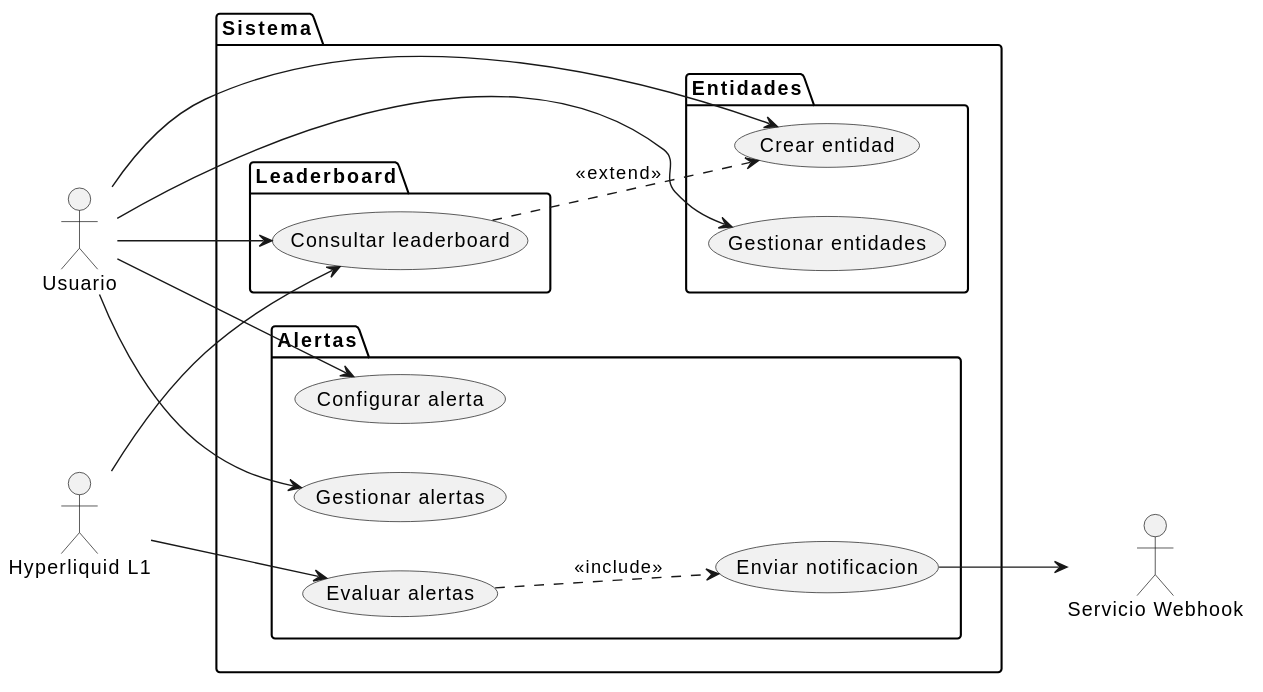
Above: imagenes/capitulo2/estructuraCdU.svg in nekiiiiis/tfg (PlantUML), before the change.
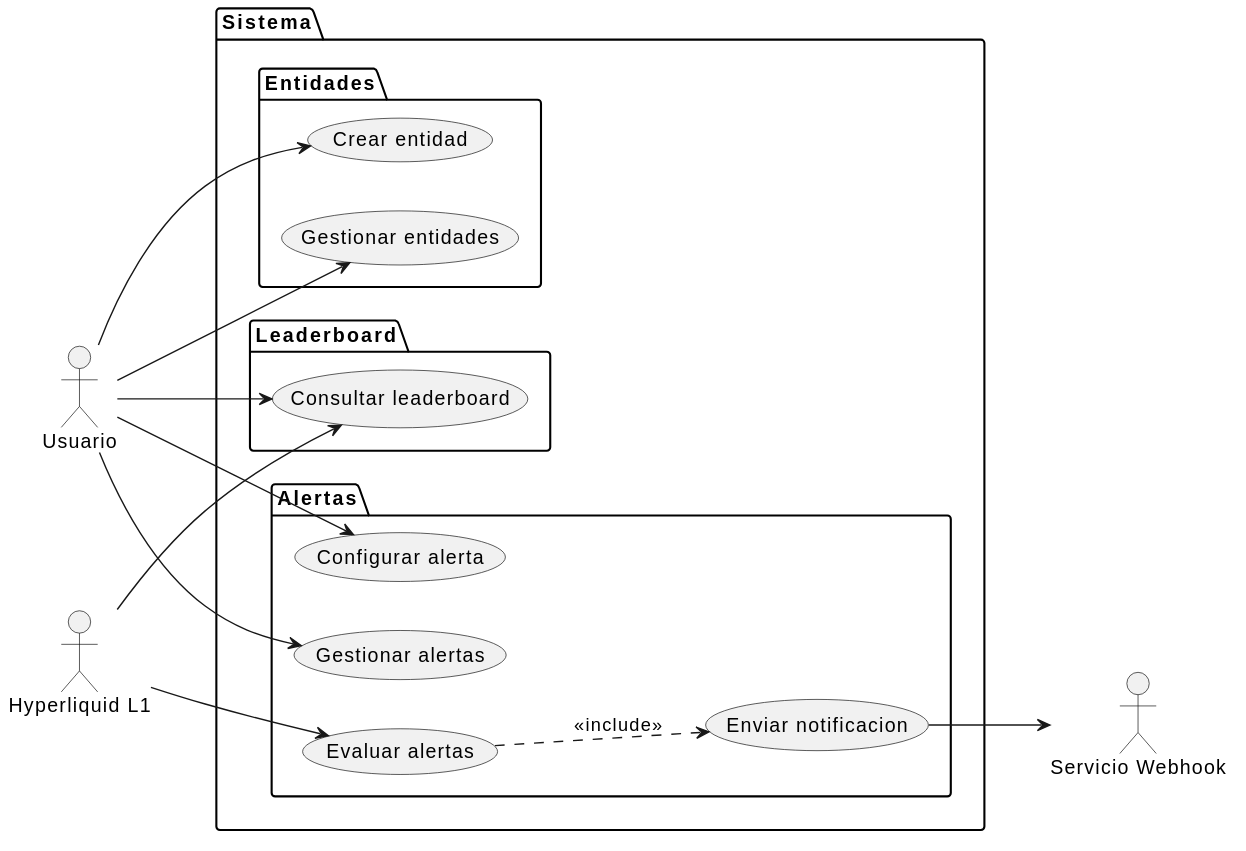
Above is the later version.

Commit message:
Corregir errores en cap2: README, extend incorrecto, Temporalidad

Change to the diagram source:
```diff
@@ -34,6 +34,5 @@
 
 CU07 --> SW
 
-CU01 ..> CU02 : <<extend>>
 CU06 ..> CU07 : <<include>>
 @enduml
```
